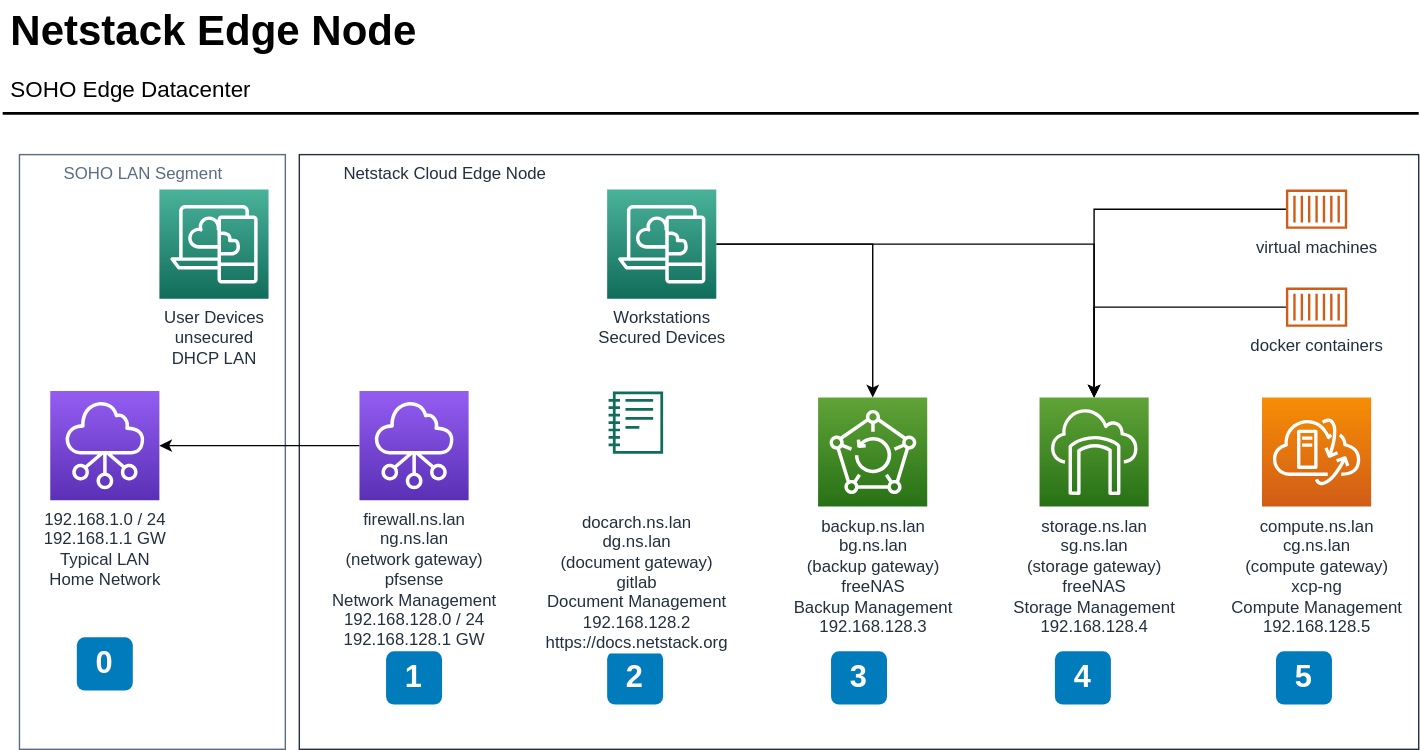
Before: docs/lan/netstackEdgeNode.svg, a diagram exported from draw.io (grasshorse/netstack). Source tidied: cells renumbered, new cells last; positions are measured from the earlier drawing's top-left corner, leaving out a move shared by most shapes.
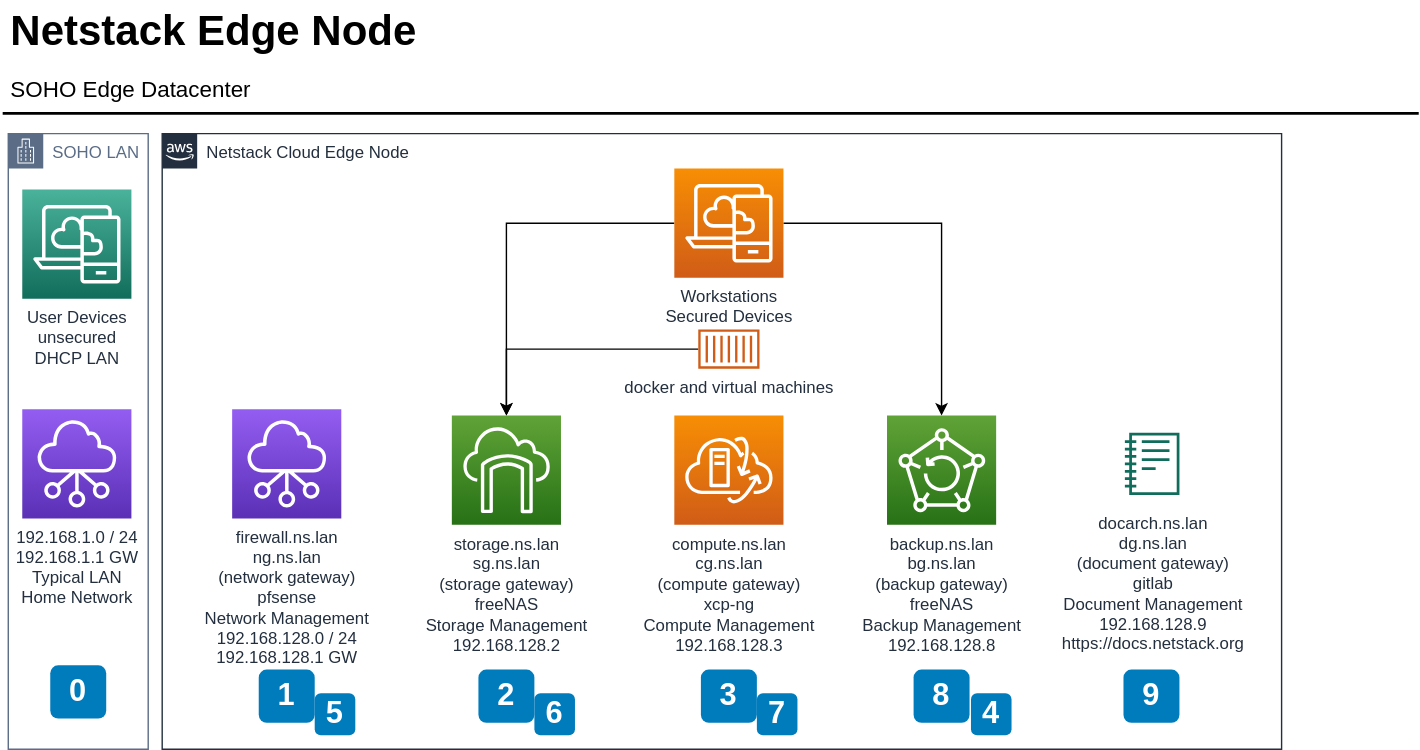
The same diagram one commit later.

Change to the diagram source:
```diff
@@ -3,13 +3,13 @@
     <mxCell id="0" />
     <mxCell id="1" parent="0" />
     <mxCell id="2" value="Netstack Cloud Edge Node" style="gradientColor=none;html=1;whiteSpace=wrap;fontSize=12;fontStyle=0;shape=mxgraph.aws4.group;grIcon=mxgraph.aws4.group_aws_cloud_alt;strokeColor=#232F3E;fillColor=none;verticalAlign=top;align=left;spacingLeft=30;fontColor=#232F3E;dashed=0;" parent="1" vertex="1">
-      <mxGeometry x="212" y="109" width="800" height="425" as="geometry" />
+      <mxGeometry x="114" y="94" width="800" height="440" as="geometry" />
     </mxCell>
-    <mxCell id="3" value="SOHO LAN Segment" style="gradientColor=none;html=1;whiteSpace=wrap;fontSize=12;fontStyle=0;shape=mxgraph.aws4.group;grIcon=mxgraph.aws4.group_corporate_data_center;strokeColor=#5A6C86;fillColor=none;verticalAlign=top;align=left;spacingLeft=30;fontColor=#5A6C86;dashed=0;" parent="1" vertex="1">
-      <mxGeometry x="12" y="109" width="190" height="425" as="geometry" />
+    <mxCell id="3" value="SOHO LAN" style="gradientColor=none;html=1;whiteSpace=wrap;fontSize=12;fontStyle=0;shape=mxgraph.aws4.group;grIcon=mxgraph.aws4.group_corporate_data_center;strokeColor=#5A6C86;fillColor=none;verticalAlign=top;align=left;spacingLeft=30;fontColor=#5A6C86;dashed=0;" parent="1" vertex="1">
+      <mxGeometry x="4" y="94" width="100" height="440" as="geometry" />
     </mxCell>
     <mxCell id="4" value="1" style="rounded=1;whiteSpace=wrap;html=1;fillColor=#007CBD;strokeColor=none;fontColor=#FFFFFF;fontStyle=1;fontSize=22;" parent="1" vertex="1">
-      <mxGeometry x="274" y="464" width="40" height="38" as="geometry" />
+      <mxGeometry x="183" y="477" width="40" height="38" as="geometry" />
     </mxCell>
     <mxCell id="5" value="Netstack Edge Node" style="text;html=1;align=left;verticalAlign=top;spacingTop=-4;fontSize=30;fontStyle=1;" parent="1" vertex="1">
       <mxGeometry x="4" y="-0.5" width="310" height="40" as="geometry" />
@@ -21,55 +21,46 @@
       <mxGeometry y="74.5" width="1012" height="10" as="geometry" />
     </mxCell>
     <mxCell id="8" value="2" style="rounded=1;whiteSpace=wrap;html=1;fillColor=#007CBD;strokeColor=none;fontColor=#FFFFFF;fontStyle=1;fontSize=22;" parent="1" vertex="1">
-      <mxGeometry x="432" y="464" width="40" height="38" as="geometry" />
+      <mxGeometry x="340" y="477" width="40" height="38" as="geometry" />
     </mxCell>
-    <mxCell id="9" value="&lt;br&gt;&lt;br&gt;docarch.ns.lan&lt;br&gt;dg.ns.lan&lt;br&gt;(document gateway)&lt;br&gt;gitlab&lt;br&gt;Document Management&lt;br&gt;192.168.128.2&lt;br&gt;https://docs.netstack.org" style="fontColor=#232F3E;gradientColor=none;fillColor=#116D5B;strokeColor=none;dashed=0;verticalLabelPosition=bottom;verticalAlign=top;align=center;html=1;fontSize=12;fontStyle=0;shape=mxgraph.aws4.sagemaker_notebook;labelBackgroundColor=#ffffff;spacingTop=6;" parent="1" vertex="1">
-      <mxGeometry x="433" y="278" width="39" height="45" as="geometry" />
+    <mxCell id="9" value="docarch.ns.lan&lt;br&gt;dg.ns.lan&lt;br&gt;(document gateway)&lt;br&gt;gitlab&lt;br&gt;Document Management&lt;br&gt;192.168.128.9&lt;br&gt;https://docs.netstack.org" style="fontColor=#232F3E;gradientColor=none;fillColor=#116D5B;strokeColor=none;dashed=0;verticalLabelPosition=bottom;verticalAlign=top;align=center;html=1;fontSize=12;fontStyle=0;shape=mxgraph.aws4.sagemaker_notebook;labelBackgroundColor=#ffffff;spacingTop=6;" parent="1" vertex="1">
+      <mxGeometry x="802" y="307.5" width="39" height="45" as="geometry" />
     </mxCell>
-    <mxCell id="10" style="edgeStyle=orthogonalEdgeStyle;rounded=0;jettySize=auto;html=1;" parent="1" edge="1" source="11" target="18">
-      <mxGeometry relative="1" as="geometry" />
-    </mxCell>
-    <mxCell id="11" value="docker containers" style="outlineConnect=0;fontColor=#232F3E;gradientColor=none;fillColor=#D05C17;strokeColor=none;dashed=0;verticalLabelPosition=bottom;verticalAlign=top;align=center;html=1;fontSize=12;fontStyle=0;shape=mxgraph.aws4.container_1;labelBackgroundColor=#ffffff;" parent="1" vertex="1">
-      <mxGeometry x="917" y="204" width="44" height="28" as="geometry" />
-    </mxCell>
     <mxCell id="12" value="3" style="rounded=1;whiteSpace=wrap;html=1;fillColor=#007CBD;strokeColor=none;fontColor=#FFFFFF;fontStyle=1;fontSize=22;" parent="1" vertex="1">
-      <mxGeometry x="592" y="464" width="40" height="38" as="geometry" />
+      <mxGeometry x="499" y="477" width="40" height="38" as="geometry" />
     </mxCell>
-    <mxCell id="13" value="4" style="rounded=1;whiteSpace=wrap;html=1;fillColor=#007CBD;strokeColor=none;fontColor=#FFFFFF;fontStyle=1;fontSize=22;" parent="1" vertex="1">
-      <mxGeometry x="752" y="464" width="40" height="38" as="geometry" />
+    <mxCell id="13" value="8" style="rounded=1;whiteSpace=wrap;html=1;fillColor=#007CBD;strokeColor=none;fontColor=#FFFFFF;fontStyle=1;fontSize=22;" parent="1" vertex="1">
+      <mxGeometry x="651" y="477" width="40" height="38" as="geometry" />
     </mxCell>
-    <mxCell id="14" value="5" style="rounded=1;whiteSpace=wrap;html=1;fillColor=#007CBD;strokeColor=none;fontColor=#FFFFFF;fontStyle=1;fontSize=22;" parent="1" vertex="1">
-      <mxGeometry x="910" y="464" width="40" height="38" as="geometry" />
+    <mxCell id="14" value="9" style="rounded=1;whiteSpace=wrap;html=1;fillColor=#007CBD;strokeColor=none;fontColor=#FFFFFF;fontStyle=1;fontSize=22;" parent="1" vertex="1">
+      <mxGeometry x="801" y="477" width="40" height="38" as="geometry" />
     </mxCell>
-    <mxCell id="15" value="backup.ns.lan&lt;br&gt;bg.ns.lan&lt;br&gt;(backup gateway)&lt;br&gt;freeNAS&lt;br&gt;Backup Management&lt;br&gt;192.168.128.3" style="outlineConnect=0;fontColor=#232F3E;gradientColor=#60A337;gradientDirection=north;fillColor=#277116;strokeColor=#ffffff;dashed=0;verticalLabelPosition=bottom;verticalAlign=top;align=center;html=1;fontSize=12;fontStyle=0;shape=mxgraph.aws4.resourceIcon;resIcon=mxgraph.aws4.backup;" parent="1" vertex="1">
-      <mxGeometry x="582.8" y="282.5" width="78" height="78" as="geometry" />
+    <mxCell id="15" value="backup.ns.lan&lt;br&gt;bg.ns.lan&lt;br&gt;(backup gateway)&lt;br&gt;freeNAS&lt;br&gt;Backup Management&lt;br&gt;192.168.128.8" style="outlineConnect=0;fontColor=#232F3E;gradientColor=#60A337;gradientDirection=north;fillColor=#277116;strokeColor=#ffffff;dashed=0;verticalLabelPosition=bottom;verticalAlign=top;align=center;html=1;fontSize=12;fontStyle=0;shape=mxgraph.aws4.resourceIcon;resIcon=mxgraph.aws4.backup;" parent="1" vertex="1">
+      <mxGeometry x="632" y="295.5" width="78" height="78" as="geometry" />
     </mxCell>
-    <mxCell id="16" value="compute.ns.lan&lt;br&gt;cg.ns.lan&lt;br&gt;(compute gateway)&lt;br&gt;xcp-ng&lt;br&gt;Compute Management&lt;br&gt;192.168.128.5" style="fontColor=#232F3E;gradientColor=#F78E04;gradientDirection=north;fillColor=#D05C17;strokeColor=#ffffff;dashed=0;verticalLabelPosition=bottom;verticalAlign=top;align=center;html=1;fontSize=12;fontStyle=0;shape=mxgraph.aws4.resourceIcon;resIcon=mxgraph.aws4.vmware_cloud_on_aws;" parent="1" vertex="1">
-      <mxGeometry x="900" y="282.5" width="78" height="78" as="geometry" />
+    <mxCell id="16" value="compute.ns.lan&lt;br&gt;cg.ns.lan&lt;br&gt;(compute gateway)&lt;br&gt;xcp-ng&lt;br&gt;Compute Management&lt;br&gt;192.168.128.3" style="fontColor=#232F3E;gradientColor=#F78E04;gradientDirection=north;fillColor=#D05C17;strokeColor=#ffffff;dashed=0;verticalLabelPosition=bottom;verticalAlign=top;align=center;html=1;fontSize=12;fontStyle=0;shape=mxgraph.aws4.resourceIcon;resIcon=mxgraph.aws4.vmware_cloud_on_aws;" parent="1" vertex="1">
+      <mxGeometry x="480" y="295.5" width="78" height="78" as="geometry" />
     </mxCell>
     <mxCell id="17" value="192.168.1.0 / 24&lt;br&gt;192.168.1.1 GW&lt;br&gt;Typical LAN&lt;br&gt;Home Network" style="outlineConnect=0;fontColor=#232F3E;gradientColor=#945DF2;gradientDirection=north;fillColor=#5A30B5;strokeColor=#ffffff;dashed=0;verticalLabelPosition=bottom;verticalAlign=top;align=center;html=1;fontSize=12;fontStyle=0;shape=mxgraph.aws4.resourceIcon;resIcon=mxgraph.aws4.networking_and_content_delivery;" parent="1" vertex="1">
-      <mxGeometry x="34" y="278" width="78" height="78" as="geometry" />
+      <mxGeometry x="14" y="291" width="78" height="78" as="geometry" />
     </mxCell>
-    <mxCell id="18" value="storage.ns.lan&lt;br&gt;sg.ns.lan&lt;br&gt;(storage gateway)&lt;br&gt;freeNAS&lt;br&gt;Storage Management&lt;br&gt;192.168.128.4" style="outlineConnect=0;fontColor=#232F3E;gradientColor=#60A337;gradientDirection=north;fillColor=#277116;strokeColor=#ffffff;dashed=0;verticalLabelPosition=bottom;verticalAlign=top;align=center;html=1;fontSize=12;fontStyle=0;shape=mxgraph.aws4.resourceIcon;resIcon=mxgraph.aws4.storage_gateway;" parent="1" vertex="1">
-      <mxGeometry x="741" y="282.5" width="78" height="78" as="geometry" />
+    <mxCell id="18" value="storage.ns.lan&lt;br&gt;sg.ns.lan&lt;br&gt;(storage gateway)&lt;br&gt;freeNAS&lt;br&gt;Storage Management&lt;br&gt;192.168.128.2" style="outlineConnect=0;fontColor=#232F3E;gradientColor=#60A337;gradientDirection=north;fillColor=#277116;strokeColor=#ffffff;dashed=0;verticalLabelPosition=bottom;verticalAlign=top;align=center;html=1;fontSize=12;fontStyle=0;shape=mxgraph.aws4.resourceIcon;resIcon=mxgraph.aws4.storage_gateway;" parent="1" vertex="1">
+      <mxGeometry x="321" y="295.5" width="78" height="78" as="geometry" />
     </mxCell>
     <mxCell id="19" value="User Devices&lt;br&gt;unsecured &lt;br&gt;DHCP LAN" style="fontColor=#232F3E;gradientColor=#4AB29A;gradientDirection=north;fillColor=#116D5B;strokeColor=#ffffff;dashed=0;verticalLabelPosition=bottom;verticalAlign=top;align=center;html=1;fontSize=12;fontStyle=0;shape=mxgraph.aws4.resourceIcon;resIcon=mxgraph.aws4.desktop_and_app_streaming;" parent="1" vertex="1">
-      <mxGeometry x="112" y="134" width="78" height="78" as="geometry" />
+      <mxGeometry x="14" y="134" width="78" height="78" as="geometry" />
     </mxCell>
-    <mxCell id="20" style="edgeStyle=orthogonalEdgeStyle;rounded=0;jettySize=auto;html=1;" parent="1" edge="1" source="21" target="17">
-      <mxGeometry relative="1" as="geometry" />
-    </mxCell>
     <mxCell id="21" value="firewall.ns.lan&lt;br&gt;ng.ns.lan&lt;br&gt;(network gateway)&lt;br&gt;pfsense&lt;br&gt;Network Management&lt;br&gt;192.168.128.0 / 24&lt;br&gt;192.168.128.1 GW" style="outlineConnect=0;fontColor=#232F3E;gradientColor=#945DF2;gradientDirection=north;fillColor=#5A30B5;strokeColor=#ffffff;dashed=0;verticalLabelPosition=bottom;verticalAlign=top;align=center;html=1;fontSize=12;fontStyle=0;shape=mxgraph.aws4.resourceIcon;resIcon=mxgraph.aws4.networking_and_content_delivery;" parent="1" vertex="1">
-      <mxGeometry x="255" y="278" width="78" height="78" as="geometry" />
+      <mxGeometry x="164" y="291" width="78" height="78" as="geometry" />
     </mxCell>
     <mxCell id="22" value="0" style="rounded=1;whiteSpace=wrap;html=1;fillColor=#007CBD;strokeColor=none;fontColor=#FFFFFF;fontStyle=1;fontSize=22;" parent="1" vertex="1">
-      <mxGeometry x="53" y="454" width="40" height="38" as="geometry" />
+      <mxGeometry x="34" y="474" width="40" height="38" as="geometry" />
     </mxCell>
     <mxCell id="23" style="edgeStyle=orthogonalEdgeStyle;rounded=0;jettySize=auto;html=1;" parent="1" edge="1" source="24" target="18">
       <mxGeometry relative="1" as="geometry" />
     </mxCell>
-    <mxCell id="24" value="virtual machines" style="outlineConnect=0;fontColor=#232F3E;gradientColor=none;fillColor=#D05C17;strokeColor=none;dashed=0;verticalLabelPosition=bottom;verticalAlign=top;align=center;html=1;fontSize=12;fontStyle=0;shape=mxgraph.aws4.container_1;labelBackgroundColor=#ffffff;" parent="1" vertex="1">
-      <mxGeometry x="917" y="134" width="44" height="28" as="geometry" />
+    <mxCell id="24" value="docker and virtual machines" style="outlineConnect=0;fontColor=#232F3E;gradientColor=none;fillColor=#D05C17;strokeColor=none;dashed=0;verticalLabelPosition=bottom;verticalAlign=top;align=center;html=1;fontSize=12;fontStyle=0;shape=mxgraph.aws4.container_1;labelBackgroundColor=#ffffff;" parent="1" vertex="1">
+      <mxGeometry x="497" y="234" width="44" height="28" as="geometry" />
     </mxCell>
     <mxCell id="25" style="edgeStyle=orthogonalEdgeStyle;rounded=0;jettySize=auto;html=1;" parent="1" edge="1" source="27" target="15">
       <mxGeometry relative="1" as="geometry" />
@@ -77,8 +68,20 @@
     <mxCell id="26" style="edgeStyle=orthogonalEdgeStyle;rounded=0;jettySize=auto;html=1;" parent="1" edge="1" source="27" target="18">
       <mxGeometry relative="1" as="geometry" />
     </mxCell>
-    <mxCell id="27" value="Workstations&lt;br&gt;Secured Devices" style="outlineConnect=0;fontColor=#232F3E;gradientColor=#4AB29A;gradientDirection=north;fillColor=#116D5B;strokeColor=#ffffff;dashed=0;verticalLabelPosition=bottom;verticalAlign=top;align=center;html=1;fontSize=12;fontStyle=0;shape=mxgraph.aws4.resourceIcon;resIcon=mxgraph.aws4.desktop_and_app_streaming;" parent="1" vertex="1">
-      <mxGeometry x="432" y="134" width="78" height="78" as="geometry" />
+    <mxCell id="27" value="Workstations&lt;br&gt;Secured Devices" style="outlineConnect=0;fontColor=#232F3E;gradientColor=#F78E04;gradientDirection=north;fillColor=#D05C17;strokeColor=#ffffff;dashed=0;verticalLabelPosition=bottom;verticalAlign=top;align=center;html=1;fontSize=12;fontStyle=0;shape=mxgraph.aws4.resourceIcon;resIcon=mxgraph.aws4.desktop_and_app_streaming;" parent="1" vertex="1">
+      <mxGeometry x="480" y="119" width="78" height="78" as="geometry" />
     </mxCell>
+    <mxCell id="28" value="5" style="rounded=1;whiteSpace=wrap;html=1;fillColor=#007CBD;strokeColor=none;fontColor=#FFFFFF;fontStyle=1;fontSize=22;" parent="1" vertex="1">
+      <mxGeometry x="223" y="494" width="29" height="30" as="geometry" />
+    </mxCell>
+    <mxCell id="29" value="6" style="rounded=1;whiteSpace=wrap;html=1;fillColor=#007CBD;strokeColor=none;fontColor=#FFFFFF;fontStyle=1;fontSize=22;" parent="1" vertex="1">
+      <mxGeometry x="380" y="494" width="29" height="30" as="geometry" />
+    </mxCell>
+    <mxCell id="30" value="7" style="rounded=1;whiteSpace=wrap;html=1;fillColor=#007CBD;strokeColor=none;fontColor=#FFFFFF;fontStyle=1;fontSize=22;" parent="1" vertex="1">
+      <mxGeometry x="539" y="494" width="29" height="30" as="geometry" />
+    </mxCell>
+    <mxCell id="31" value="4" style="rounded=1;whiteSpace=wrap;html=1;fillColor=#007CBD;strokeColor=none;fontColor=#FFFFFF;fontStyle=1;fontSize=22;" parent="1" vertex="1">
+      <mxGeometry x="692" y="494" width="29" height="30" as="geometry" />
+    </mxCell>
   </root>
 </mxGraphModel>
```
